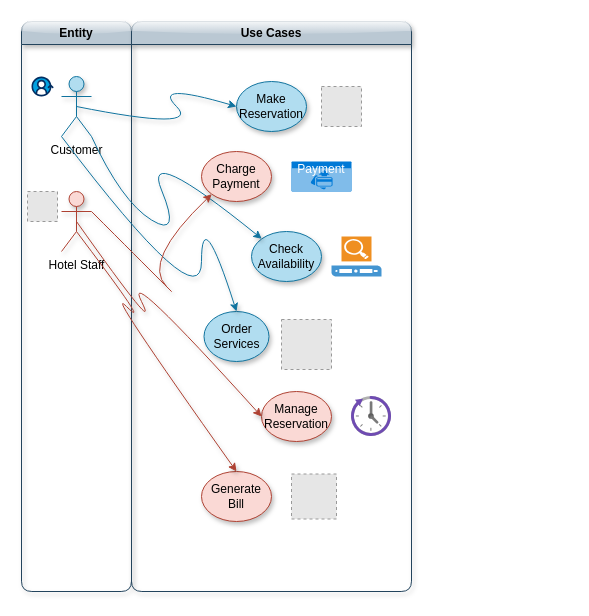
Before: Question oneBM.drawio in kyleoneill20/PDFfiles, a draw.io diagram. Source tidied: cells renumbered, new cells numbered last; positions are measured from the earlier drawing's top-left corner, leaving out a move shared by most shapes. Both pictures are drawn from the tidied source at 100%, with x=0, y=0 at pixel (21, 21). Pictures stored in the file or linked from it are replaced by grey dashed boxes.
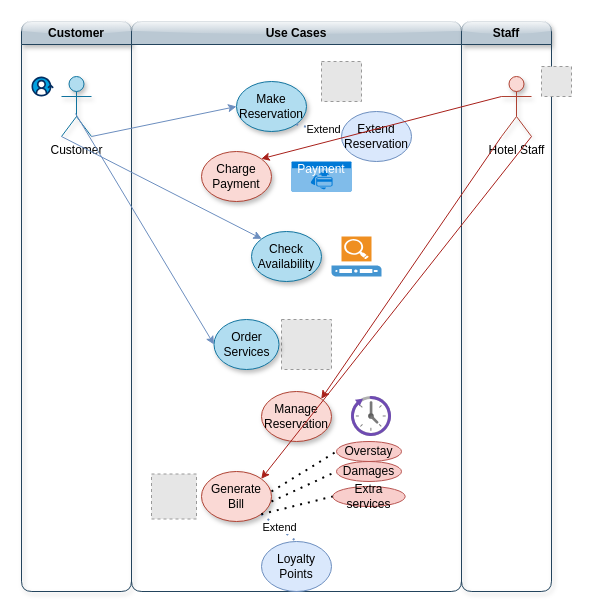
After the change.

The change refers to these unchanged cells:
```xml
<mxCell id="3" value="Customer" style="shape=umlActor;verticalLabelPosition=bottom;verticalAlign=top;html=1;fillColor=#b1ddf0;strokeColor=#10739e;shadow=1;" parent="2" vertex="1">
  <mxGeometry x="40" y="55" width="30" height="60" as="geometry" />
</mxCell>
<mxCell id="8" value="Make Reservation" style="ellipse;whiteSpace=wrap;html=1;fillColor=#b1ddf0;strokeColor=#10739e;shadow=1;" parent="7" vertex="1">
  <mxGeometry x="105" y="60" width="70" height="50" as="geometry" />
</mxCell>
<mxCell id="9" value="Charge Payment" style="ellipse;whiteSpace=wrap;html=1;fillColor=#fad9d5;strokeColor=#ae4132;shadow=1;" parent="7" vertex="1">
  <mxGeometry x="70" y="130" width="70" height="50" as="geometry" />
</mxCell>
<mxCell id="11" value="Check Availability" style="ellipse;whiteSpace=wrap;html=1;fillColor=#b1ddf0;strokeColor=#10739e;shadow=1;" parent="7" vertex="1">
  <mxGeometry x="120" y="210" width="70" height="50" as="geometry" />
</mxCell>
<mxCell id="12" value="Manage Reservation" style="ellipse;whiteSpace=wrap;html=1;fillColor=#fad9d5;strokeColor=#ae4132;shadow=1;" parent="7" vertex="1">
  <mxGeometry x="130" y="370" width="70" height="50" as="geometry" />
</mxCell>
<mxCell id="13" value="Generate Bill" style="ellipse;whiteSpace=wrap;html=1;fillColor=#fad9d5;strokeColor=#ae4132;shadow=1;" parent="7" vertex="1">
  <mxGeometry x="70" y="450" width="70" height="50" as="geometry" />
</mxCell>
```

The edit, as a diff of the source:
```diff
@@
-    <mxCell id="2" value="Entity" style="swimlane;whiteSpace=wrap;startSize=23;fillColor=#bac8d3;strokeColor=#23445d;shadow=1;glass=1;rounded=1;" parent="1" vertex="1">
+    <mxCell id="2" value="Customer" style="swimlane;whiteSpace=wrap;startSize=23;fillColor=#bac8d3;strokeColor=#23445d;shadow=1;glass=1;rounded=1;" parent="1" vertex="1">
       <mxGeometry width="110" height="570" as="geometry" />
     </mxCell>
@@
-    <mxCell id="4" value="Hotel Staff" style="shape=umlActor;verticalLabelPosition=bottom;verticalAlign=top;html=1;fillColor=#fad9d5;strokeColor=#ae4132;shadow=1;" parent="2" vertex="1">
-      <mxGeometry x="40" y="170" width="30" height="60" as="geometry" />
-    </mxCell>
@@
-    <mxCell id="6" style="fillColor=#E6E6E6;strokeColor=#999999;dashed=1;html=1;verticalAlign=top;verticalLabelPosition=bottom;labelBackgroundColor=#ffffff;" parent="2" vertex="1">
-      <mxGeometry x="6" y="170" width="30" height="30" as="geometry" />
-    </mxCell>
-    <mxCell id="7" value="Use Cases" style="swimlane;whiteSpace=wrap;fillColor=#bac8d3;strokeColor=#23445d;rounded=1;shadow=1;glass=1;gradientColor=none;" parent="1" vertex="1">
-      <mxGeometry x="110" width="280" height="570" as="geometry" />
+    <mxCell id="7" value="Use Cases" style="swimlane;whiteSpace=wrap;fillColor=#bac8d3;strokeColor=#23445d;rounded=1;shadow=0;glass=1;gradientColor=none;" parent="1" vertex="1">
+      <mxGeometry x="110" width="330" height="570" as="geometry" />
     </mxCell>
@@
-    <mxCell id="10" value="Order Services" style="ellipse;whiteSpace=wrap;html=1;fillColor=#b1ddf0;strokeColor=#10739e;shadow=1;" parent="7" vertex="1">
-      <mxGeometry x="72.5" y="290" width="65" height="50" as="geometry" />
-    </mxCell>
@@
     <mxCell id="14" style="fillColor=#E6E6E6;strokeColor=#999999;dashed=1;html=1;verticalAlign=top;verticalLabelPosition=bottom;labelBackgroundColor=#ffffff;" parent="7" vertex="1">
-      <mxGeometry x="190" y="65" width="40" height="40" as="geometry" />
+      <mxGeometry x="190" y="40" width="40" height="40" as="geometry" />
     </mxCell>
@@
     <mxCell id="19" style="fillColor=#E6E6E6;strokeColor=#999999;dashed=1;html=1;verticalAlign=top;verticalLabelPosition=bottom;labelBackgroundColor=#ffffff;" parent="7" vertex="1">
-      <mxGeometry x="160" y="452.5" width="45" height="45" as="geometry" />
+      <mxGeometry x="20" y="452.5" width="45" height="45" as="geometry" />
     </mxCell>
+    <mxCell id="26" value="Extend Reservation" style="ellipse;whiteSpace=wrap;html=1;fillColor=#dae8fc;strokeColor=#6c8ebf;" parent="7" vertex="1">
+      <mxGeometry x="210" y="90" width="70" height="50" as="geometry" />
+    </mxCell>
+    <mxCell id="27" style="endArrow=none;dashed=1;html=1;dashPattern=1 3;strokeWidth=2;rounded=0;exitX=1;exitY=1;exitDx=0;exitDy=0;entryX=0;entryY=0.5;entryDx=0;entryDy=0;fillColor=#dae8fc;strokeColor=#6c8ebf;" parent="7" edge="1" source="8" target="26">
+      <mxGeometry relative="1" as="geometry" />
+    </mxCell>
+    <mxCell id="28" value="Extend" style="edgeLabel;html=1;align=center;verticalAlign=middle;" parent="27" vertex="1">
+      <mxGeometry x="0.14" y="2" relative="1" as="geometry" />
+    </mxCell>
+    <mxCell id="29" value="Loyalty Points" style="ellipse;whiteSpace=wrap;html=1;fillColor=#dae8fc;strokeColor=#6c8ebf;" parent="7" vertex="1">
+      <mxGeometry x="130" y="520" width="70" height="50" as="geometry" />
+    </mxCell>
+    <mxCell id="30" style="endArrow=none;dashed=1;html=1;dashPattern=1 3;strokeWidth=2;rounded=0;exitX=1;exitY=1;exitDx=0;exitDy=0;entryX=0.5;entryY=0;entryDx=0;entryDy=0;fillColor=#dae8fc;strokeColor=#6c8ebf;" parent="7" edge="1" source="13" target="29">
+      <mxGeometry relative="1" as="geometry" />
+    </mxCell>
+    <mxCell id="31" value="Extend" style="edgeLabel;html=1;align=center;verticalAlign=middle;" parent="30" vertex="1">
+      <mxGeometry x="0.01" y="1" relative="1" as="geometry">
+        <mxPoint x="-1" as="offset" />
+      </mxGeometry>
+    </mxCell>
+    <mxCell id="32" value="Overstay" style="ellipse;whiteSpace=wrap;html=1;fillColor=#f8cecc;strokeColor=#b85450;" parent="7" vertex="1">
+      <mxGeometry x="205" y="420" width="65" height="20" as="geometry" />
+    </mxCell>
+    <mxCell id="33" value="Damages" style="ellipse;whiteSpace=wrap;html=1;fillColor=#f8cecc;strokeColor=#b85450;" parent="7" vertex="1">
+      <mxGeometry x="205" y="440" width="65" height="20" as="geometry" />
+    </mxCell>
+    <mxCell id="34" value="Extra services" style="ellipse;whiteSpace=wrap;html=1;fillColor=#f8cecc;strokeColor=#b85450;" parent="7" vertex="1">
+      <mxGeometry x="201.2" y="465" width="72.5" height="20" as="geometry" />
+    </mxCell>
+    <mxCell id="35" style="endArrow=none;dashed=1;html=1;dashPattern=1 3;strokeWidth=2;rounded=0;entryX=0;entryY=0.5;entryDx=0;entryDy=0;exitX=1;exitY=1;exitDx=0;exitDy=0;" parent="7" edge="1" source="13" target="34">
+      <mxGeometry relative="1" as="geometry" />
+    </mxCell>
+    <mxCell id="10" value="Order Services" style="ellipse;whiteSpace=wrap;html=1;fillColor=#b1ddf0;strokeColor=#10739e;shadow=1;" parent="7" vertex="1">
+      <mxGeometry x="82.5" y="298" width="65" height="50" as="geometry" />
+    </mxCell>
+    <mxCell id="36" style="endArrow=none;dashed=1;html=1;dashPattern=1 3;strokeWidth=2;rounded=0;entryX=0;entryY=0.5;entryDx=0;entryDy=0;" parent="7" edge="1" target="32">
+      <mxGeometry relative="1" as="geometry">
+        <mxPoint x="140" y="470" as="sourcePoint" />
+      </mxGeometry>
+    </mxCell>
+    <mxCell id="37" style="endArrow=none;dashed=1;html=1;dashPattern=1 3;strokeWidth=2;rounded=0;entryX=0;entryY=0.5;entryDx=0;entryDy=0;" parent="7" edge="1" target="33">
+      <mxGeometry relative="1" as="geometry">
+        <mxPoint x="140" y="480" as="sourcePoint" />
+      </mxGeometry>
+    </mxCell>
+    <mxCell id="38" value="Staff" style="swimlane;whiteSpace=wrap;startSize=23;fillColor=#bac8d3;strokeColor=#23445d;shadow=1;glass=1;rounded=1;" parent="1" vertex="1">
+      <mxGeometry x="440" width="90" height="570" as="geometry" />
+    </mxCell>
+    <mxCell id="4" value="Hotel Staff" style="shape=umlActor;verticalLabelPosition=bottom;verticalAlign=top;html=1;fillColor=#fad9d5;strokeColor=#ae4132;shadow=1;" parent="38" vertex="1">
+      <mxGeometry x="40" y="55" width="30" height="60" as="geometry" />
+    </mxCell>
+    <mxCell id="6" style="fillColor=#E6E6E6;strokeColor=#999999;dashed=1;html=1;verticalAlign=top;verticalLabelPosition=bottom;labelBackgroundColor=#ffffff;" parent="38" vertex="1">
+      <mxGeometry x="80" y="45" width="30" height="30" as="geometry" />
+    </mxCell>
+    <mxCell id="24" style="endArrow=classic;html=1;rounded=0;strokeColor=#A8201A;fontColor=#143642;fillColor=#FAE5C7;entryX=1;entryY=0;entryDx=0;entryDy=0;exitX=0;exitY=0.3333333333333333;exitDx=0;exitDy=0;exitPerimeter=0;" parent="1" edge="1" source="4" target="9">
+      <mxGeometry relative="1" as="geometry" />
+    </mxCell>
+    <mxCell id="25" style="endArrow=classic;html=1;rounded=0;strokeColor=#A8201A;fontColor=#143642;fillColor=#FAE5C7;exitX=0;exitY=1;exitDx=0;exitDy=0;exitPerimeter=0;entryX=1;entryY=0;entryDx=0;entryDy=0;" parent="1" edge="1" source="4" target="12">
+      <mxGeometry relative="1" as="geometry" />
+    </mxCell>
+    <mxCell id="23" style="endArrow=classic;html=1;rounded=0;strokeColor=#A8201A;fontColor=#143642;fillColor=#FAE5C7;exitX=1;exitY=1;exitDx=0;exitDy=0;exitPerimeter=0;entryX=1;entryY=0;entryDx=0;entryDy=0;" parent="1" edge="1" source="4" target="13">
+      <mxGeometry relative="1" as="geometry" />
+    </mxCell>
-    <mxCell id="20" style="curved=1;endArrow=classic;html=1;rounded=0;exitX=0.5;exitY=0.5;exitDx=0;exitDy=0;exitPerimeter=0;entryX=0;entryY=0.5;entryDx=0;entryDy=0;fillColor=#b1ddf0;strokeColor=#10739e;shadow=1;" parent="1" edge="1" source="3" target="8">
-      <mxGeometry relative="1" as="geometry">
-        <Array as="points">
-          <mxPoint x="180" y="110" />
-          <mxPoint x="130" y="60" />
-        </Array>
-      </mxGeometry>
+    <mxCell id="20" style="endArrow=classic;html=1;rounded=0;strokeColor=#6c8ebf;fontColor=#143642;fillColor=#dae8fc;exitX=1;exitY=1;exitDx=0;exitDy=0;exitPerimeter=0;entryX=0;entryY=0.5;entryDx=0;entryDy=0;" parent="1" edge="1" source="3" target="8">
+      <mxGeometry relative="1" as="geometry" />
     </mxCell>
-    <mxCell id="21" style="curved=1;endArrow=classic;html=1;rounded=0;exitX=1;exitY=1;exitDx=0;exitDy=0;exitPerimeter=0;entryX=0;entryY=0;entryDx=0;entryDy=0;fillColor=#b1ddf0;strokeColor=#10739e;shadow=1;" parent="1" edge="1" source="3" target="11">
-      <mxGeometry relative="1" as="geometry">
-        <Array as="points">
-          <mxPoint x="100" y="180" />
-          <mxPoint x="160" y="217" />
-          <mxPoint x="120" y="120" />
-        </Array>
-      </mxGeometry>
+    <mxCell id="21" style="endArrow=classic;html=1;rounded=0;strokeColor=#6c8ebf;fontColor=#143642;fillColor=#dae8fc;exitX=0;exitY=1;exitDx=0;exitDy=0;exitPerimeter=0;entryX=0;entryY=0;entryDx=0;entryDy=0;" parent="1" edge="1" source="3" target="11">
+      <mxGeometry relative="1" as="geometry" />
     </mxCell>
-    <mxCell id="22" style="curved=1;endArrow=classic;html=1;rounded=0;exitX=0;exitY=1;exitDx=0;exitDy=0;exitPerimeter=0;entryX=0.5;entryY=0;entryDx=0;entryDy=0;fillColor=#b1ddf0;strokeColor=#10739e;shadow=1;" parent="1" edge="1" source="3" target="10">
-      <mxGeometry relative="1" as="geometry">
-        <Array as="points">
-          <mxPoint x="180" y="300" />
-          <mxPoint x="180" y="180" />
-        </Array>
-      </mxGeometry>
+    <mxCell id="22" style="endArrow=classic;html=1;rounded=0;strokeColor=#6c8ebf;fontColor=#143642;fillColor=#dae8fc;exitX=0.467;exitY=0.617;exitDx=0;exitDy=0;exitPerimeter=0;entryX=0;entryY=0.5;entryDx=0;entryDy=0;" parent="1" edge="1" source="3" target="10">
+      <mxGeometry relative="1" as="geometry" />
     </mxCell>
-    <mxCell id="23" style="curved=1;endArrow=classic;html=1;rounded=0;exitX=1;exitY=1;exitDx=0;exitDy=0;exitPerimeter=0;entryX=0.5;entryY=0;entryDx=0;entryDy=0;fillColor=#fad9d5;strokeColor=#ae4132;shadow=1;" parent="1" edge="1" source="4" target="13">
-      <mxGeometry relative="1" as="geometry">
-        <Array as="points">
-          <mxPoint x="130" y="310" />
-          <mxPoint x="80" y="260" />
-        </Array>
-      </mxGeometry>
-    </mxCell>
-    <mxCell id="24" style="curved=1;endArrow=classic;html=1;rounded=0;exitX=1;exitY=0.3333333333333333;exitDx=0;exitDy=0;exitPerimeter=0;entryX=0;entryY=1;entryDx=0;entryDy=0;fillColor=#fad9d5;strokeColor=#ae4132;shadow=1;" parent="1" edge="1" source="4" target="9">
-      <mxGeometry relative="1" as="geometry">
-        <Array as="points">
-          <mxPoint x="170" y="290" />
-          <mxPoint x="120" y="240" />
-        </Array>
-      </mxGeometry>
-    </mxCell>
-    <mxCell id="25" style="curved=1;endArrow=classic;html=1;rounded=0;exitX=0.5;exitY=0.5;exitDx=0;exitDy=0;exitPerimeter=0;entryX=0;entryY=0.5;entryDx=0;entryDy=0;fillColor=#fad9d5;strokeColor=#ae4132;shadow=1;" parent="1" edge="1" source="4" target="12">
-      <mxGeometry relative="1" as="geometry">
-        <Array as="points">
-          <mxPoint x="140" y="320" />
-          <mxPoint x="100" y="240" />
-        </Array>
-      </mxGeometry>
-    </mxCell>
```
